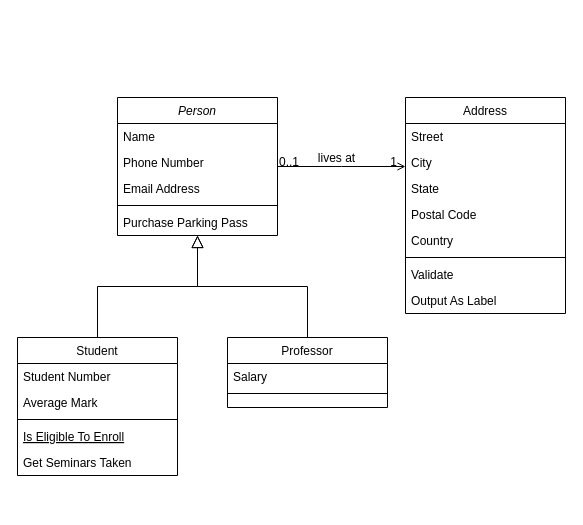
This is Untitled Diagram.drawio from And0z0li/POO, a draw.io file, before an edit. Source tidied: cells renumbered, new cells numbered last; positions are measured from the earlier drawing's top-left corner, leaving out a move shared by most shapes. Both pictures are drawn from the tidied source at 100%, with x=0, y=0 at pixel (17, 97).
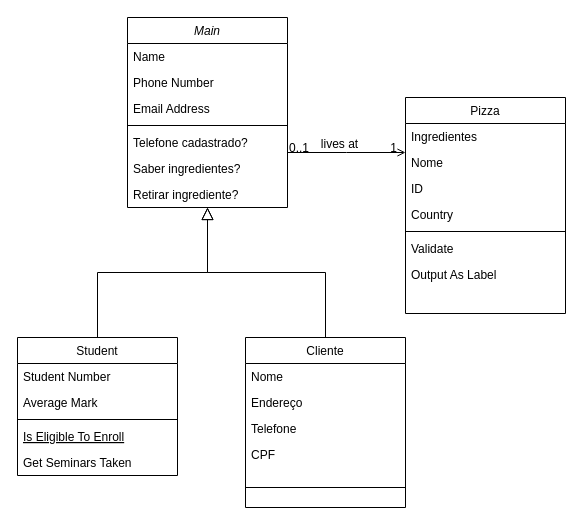
The same diagram, later.

Commit message:
class diagram

Change to the diagram source:
```diff
@@
-    <mxCell id="2" value="Person" style="swimlane;fontStyle=2;align=center;verticalAlign=top;horizontal=1;startSize=26;rounded=0;shadow=0;strokeWidth=1;" parent="1" vertex="1">
-      <mxGeometry x="100" width="160" height="138" as="geometry" />
+    <mxCell id="2" value="Main" style="swimlane;fontStyle=2;align=center;verticalAlign=top;horizontal=1;startSize=26;rounded=0;shadow=0;strokeWidth=1;" parent="1" vertex="1">
+      <mxGeometry x="110" y="-80" width="160" height="190" as="geometry" />
     </mxCell>
@@
-    <mxCell id="7" value="Purchase Parking Pass" style="text;align=left;verticalAlign=top;spacingLeft=4;spacingRight=4;overflow=hidden;" parent="2" vertex="1">
+    <mxCell id="7" value="Telefone cadastrado?" style="text;align=left;verticalAlign=top;spacingLeft=4;spacingRight=4;overflow=hidden;" parent="2" vertex="1">
       <mxGeometry y="112" width="160" height="26" as="geometry" />
     </mxCell>
+    <mxCell id="32" value="Saber ingredientes?" style="text;align=left;verticalAlign=top;spacingLeft=4;spacingRight=4;overflow=hidden;" parent="2" vertex="1">
+      <mxGeometry y="138" width="160" height="26" as="geometry" />
+    </mxCell>
+    <mxCell id="33" value="Retirar ingrediente?" style="text;align=left;verticalAlign=top;spacingLeft=4;spacingRight=4;overflow=hidden;" parent="2" vertex="1">
+      <mxGeometry y="164" width="160" height="26" as="geometry" />
+    </mxCell>
@@
-    <mxCell id="15" value="Professor" style="swimlane;fontStyle=0;align=center;verticalAlign=top;horizontal=1;startSize=26;rounded=0;shadow=0;strokeWidth=1;" parent="1" vertex="1">
-      <mxGeometry x="210" y="240" width="160" height="70" as="geometry" />
+    <mxCell id="15" value="Cliente" style="swimlane;fontStyle=0;align=center;verticalAlign=top;horizontal=1;startSize=26;rounded=0;shadow=0;strokeWidth=1;" parent="1" vertex="1">
+      <mxGeometry x="228" y="240" width="160" height="170" as="geometry" />
     </mxCell>
-    <mxCell id="16" value="Salary" style="text;align=left;verticalAlign=top;spacingLeft=4;spacingRight=4;overflow=hidden;" parent="15" vertex="1">
+    <mxCell id="16" value="Nome&#10;" style="text;align=left;verticalAlign=top;spacingLeft=4;spacingRight=4;overflow=hidden;" parent="15" vertex="1">
       <mxGeometry y="26" width="160" height="26" as="geometry" />
     </mxCell>
+    <mxCell id="34" value="Endereço" style="text;align=left;verticalAlign=top;spacingLeft=4;spacingRight=4;overflow=hidden;" parent="15" vertex="1">
+      <mxGeometry y="52" width="160" height="26" as="geometry" />
+    </mxCell>
+    <mxCell id="35" value="Telefone" style="text;align=left;verticalAlign=top;spacingLeft=4;spacingRight=4;overflow=hidden;" parent="15" vertex="1">
+      <mxGeometry y="78" width="160" height="26" as="geometry" />
+    </mxCell>
+    <mxCell id="36" value="CPF" style="text;align=left;verticalAlign=top;spacingLeft=4;spacingRight=4;overflow=hidden;" parent="15" vertex="1">
+      <mxGeometry y="104" width="160" height="26" as="geometry" />
+    </mxCell>
     <mxCell id="17" style="line;html=1;strokeWidth=1;align=left;verticalAlign=middle;spacingTop=-1;spacingLeft=3;spacingRight=3;labelPosition=right;" parent="15" vertex="1">
-      <mxGeometry y="52" width="160" height="8" as="geometry" />
+      <mxGeometry y="130" width="160" height="40" as="geometry" />
     </mxCell>
@@
-    <mxCell id="19" value="Address" style="swimlane;fontStyle=0;align=center;verticalAlign=top;horizontal=1;startSize=26;rounded=0;shadow=0;strokeWidth=1;" parent="1" vertex="1">
+    <mxCell id="19" value="Pizza" style="swimlane;fontStyle=0;align=center;verticalAlign=top;horizontal=1;startSize=26;rounded=0;shadow=0;strokeWidth=1;" parent="1" vertex="1">
       <mxGeometry x="388" width="160" height="216" as="geometry" />
     </mxCell>
-    <mxCell id="20" value="Street" style="text;align=left;verticalAlign=top;spacingLeft=4;spacingRight=4;overflow=hidden;" parent="19" vertex="1">
+    <mxCell id="20" value="Ingredientes" style="text;align=left;verticalAlign=top;spacingLeft=4;spacingRight=4;overflow=hidden;" parent="19" vertex="1">
       <mxGeometry y="26" width="160" height="26" as="geometry" />
     </mxCell>
-    <mxCell id="21" value="City" style="text;align=left;verticalAlign=top;spacingLeft=4;spacingRight=4;overflow=hidden;rounded=0;shadow=0;html=0;" parent="19" vertex="1">
+    <mxCell id="21" value="Nome" style="text;align=left;verticalAlign=top;spacingLeft=4;spacingRight=4;overflow=hidden;rounded=0;shadow=0;html=0;" parent="19" vertex="1">
       <mxGeometry y="52" width="160" height="26" as="geometry" />
     </mxCell>
-    <mxCell id="22" value="State" style="text;align=left;verticalAlign=top;spacingLeft=4;spacingRight=4;overflow=hidden;rounded=0;shadow=0;html=0;" parent="19" vertex="1">
+    <mxCell id="22" value="ID" style="text;align=left;verticalAlign=top;spacingLeft=4;spacingRight=4;overflow=hidden;rounded=0;shadow=0;html=0;" parent="19" vertex="1">
       <mxGeometry y="78" width="160" height="26" as="geometry" />
     </mxCell>
-    <mxCell id="23" value="Postal Code" style="text;align=left;verticalAlign=top;spacingLeft=4;spacingRight=4;overflow=hidden;rounded=0;shadow=0;html=0;" parent="19" vertex="1">
-      <mxGeometry y="104" width="160" height="26" as="geometry" />
-    </mxCell>
     <mxCell id="24" value="Country" style="text;align=left;verticalAlign=top;spacingLeft=4;spacingRight=4;overflow=hidden;rounded=0;shadow=0;html=0;" parent="19" vertex="1">
-      <mxGeometry y="130" width="160" height="26" as="geometry" />
+      <mxGeometry y="104" width="160" height="26" as="geometry" />
     </mxCell>
     <mxCell id="25" style="line;html=1;strokeWidth=1;align=left;verticalAlign=middle;spacingTop=-1;spacingLeft=3;spacingRight=3;labelPosition=right;" parent="19" vertex="1">
-      <mxGeometry y="156" width="160" height="8" as="geometry" />
+      <mxGeometry y="130" width="160" height="8" as="geometry" />
     </mxCell>
     <mxCell id="26" value="Validate" style="text;align=left;verticalAlign=top;spacingLeft=4;spacingRight=4;overflow=hidden;" parent="19" vertex="1">
-      <mxGeometry y="164" width="160" height="26" as="geometry" />
+      <mxGeometry y="138" width="160" height="26" as="geometry" />
     </mxCell>
     <mxCell id="27" value="Output As Label" style="text;align=left;verticalAlign=top;spacingLeft=4;spacingRight=4;overflow=hidden;" parent="19" vertex="1">
-      <mxGeometry y="190" width="160" height="26" as="geometry" />
+      <mxGeometry y="164" width="160" height="26" as="geometry" />
     </mxCell>
```
